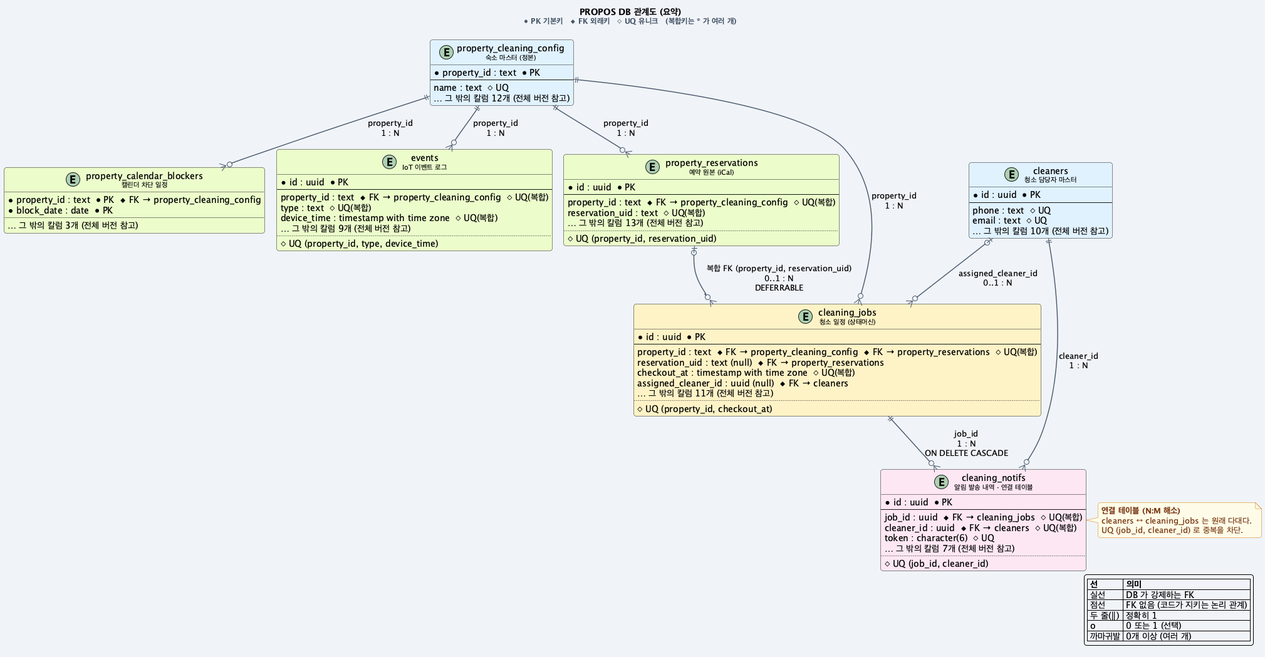
Before: myPlantUML/PROPOS_DB_ERD_summary.png, a diagram exported from PlantUML (adckang/propos). Source of this version:
```plantuml
@startuml PROPOS_DB_ERD_summary

!pragma layout smetana
top to bottom direction

skinparam defaultFontName "DM Sans"
skinparam backgroundColor #f0f4f8
skinparam shadowing false
skinparam linetype ortho
skinparam ArrowColor #475569
skinparam ArrowThickness 1.4
skinparam roundCorner 8
skinparam entity {
  BackgroundColor #ffffff
  BorderColor #94a3b8
  FontColor #1e293b
}
skinparam note {
  BackgroundColor #fefce8
  BorderColor #d97706
  FontColor #78350f
}

title PROPOS DB 관계도 (요약)\n<size:12><color:#475569>● PK 기본키   ◆ FK 외래키   ◇ UQ 유니크   (복합키는 * 가 여러 개)</color></size>

entity "property_cleaning_config\n<size:11>숙소 마스터 (정본)</size>" as property_cleaning_config #e0f2fe {
  * property_id : text  ● PK
  --
  name : text  ◇ UQ
  … 그 밖의 칼럼 12개 (전체 버전 참고)
}

entity "cleaners\n<size:11>청소 담당자 마스터</size>" as cleaners #e0f2fe {
  * id : uuid  ● PK
  --
  phone : text  ◇ UQ
  email : text  ◇ UQ
  … 그 밖의 칼럼 10개 (전체 버전 참고)
}

entity "property_calendar_blockers\n<size:11>캘린더 차단 일정</size>" as property_calendar_blockers #ecfccb {
  * property_id : text  ● PK  ◆ FK → property_cleaning_config
  * block_date : date  ● PK
  … 그 밖의 칼럼 3개 (전체 버전 참고)
}

entity "events\n<size:11>IoT 이벤트 로그</size>" as events #ecfccb {
  * id : uuid  ● PK
  --
  property_id : text  ◆ FK → property_cleaning_config  ◇ UQ(복합)
  type : text  ◇ UQ(복합)
  device_time : timestamp with time zone  ◇ UQ(복합)
  … 그 밖의 칼럼 9개 (전체 버전 참고)
  ..
  ◇ UQ (property_id, type, device_time)
}

entity "property_reservations\n<size:11>예약 원본 (iCal)</size>" as property_reservations #ecfccb {
  * id : uuid  ● PK
  --
  property_id : text  ◆ FK → property_cleaning_config  ◇ UQ(복합)
  reservation_uid : text  ◇ UQ(복합)
  … 그 밖의 칼럼 13개 (전체 버전 참고)
  ..
  ◇ UQ (property_id, reservation_uid)
}

entity "cleaning_jobs\n<size:11>청소 일정 (상태머신)</size>" as cleaning_jobs #fef3c7 {
  * id : uuid  ● PK
  --
  property_id : text  ◆ FK → property_cleaning_config  ◆ FK → property_reservations  ◇ UQ(복합)
  reservation_uid : text (null)  ◆ FK → property_reservations
  checkout_at : timestamp with time zone  ◇ UQ(복합)
  assigned_cleaner_id : uuid (null)  ◆ FK → cleaners
  … 그 밖의 칼럼 11개 (전체 버전 참고)
  ..
  ◇ UQ (property_id, checkout_at)
}

entity "cleaning_notifs\n<size:11>알림 발송 내역 · 연결 테이블</size>" as cleaning_notifs #fce7f3 {
  * id : uuid  ● PK
  --
  job_id : uuid  ◆ FK → cleaning_jobs  ◇ UQ(복합)
  cleaner_id : uuid  ◆ FK → cleaners  ◇ UQ(복합)
  token : character(6)  ◇ UQ
  … 그 밖의 칼럼 7개 (전체 버전 참고)
  ..
  ◇ UQ (job_id, cleaner_id)
}

property_cleaning_config ||-down-o{ property_calendar_blockers : "property_id\n1 : N"
property_cleaning_config ||-down-o{ events : "property_id\n1 : N"
property_cleaning_config ||-down-o{ property_reservations : "property_id\n1 : N"
cleaners |o-down-o{ cleaning_jobs : "assigned_cleaner_id\n0..1 : N"
property_cleaning_config ||-down-o{ cleaning_jobs : "property_id\n1 : N"
property_reservations |o-down-o{ cleaning_jobs : "복합 FK (property_id, reservation_uid)\n0..1 : N\nDEFERRABLE"
cleaners ||-down-o{ cleaning_notifs : "cleaner_id\n1 : N"
cleaning_jobs ||-down-o{ cleaning_notifs : "job_id\n1 : N\nON DELETE CASCADE"

note right of cleaning_notifs
  **연결 테이블 (N:M 해소)**
  cleaners ↔ cleaning_jobs 는 원래 다대다.
  UQ (job_id, cleaner_id) 로 중복을 차단.
end note

legend right
  |= 선 |= 의미 |
  | 실선 | DB 가 강제하는 FK |
  | 점선 | FK 없음 (코드가 지키는 논리 관계) |
  | 두 줄(‖) | 정확히 1 |
  | o | 0 또는 1 (선택) |
  | 까마귀발 | 0개 이상 (여러 개) |
endlegend

@enduml
```
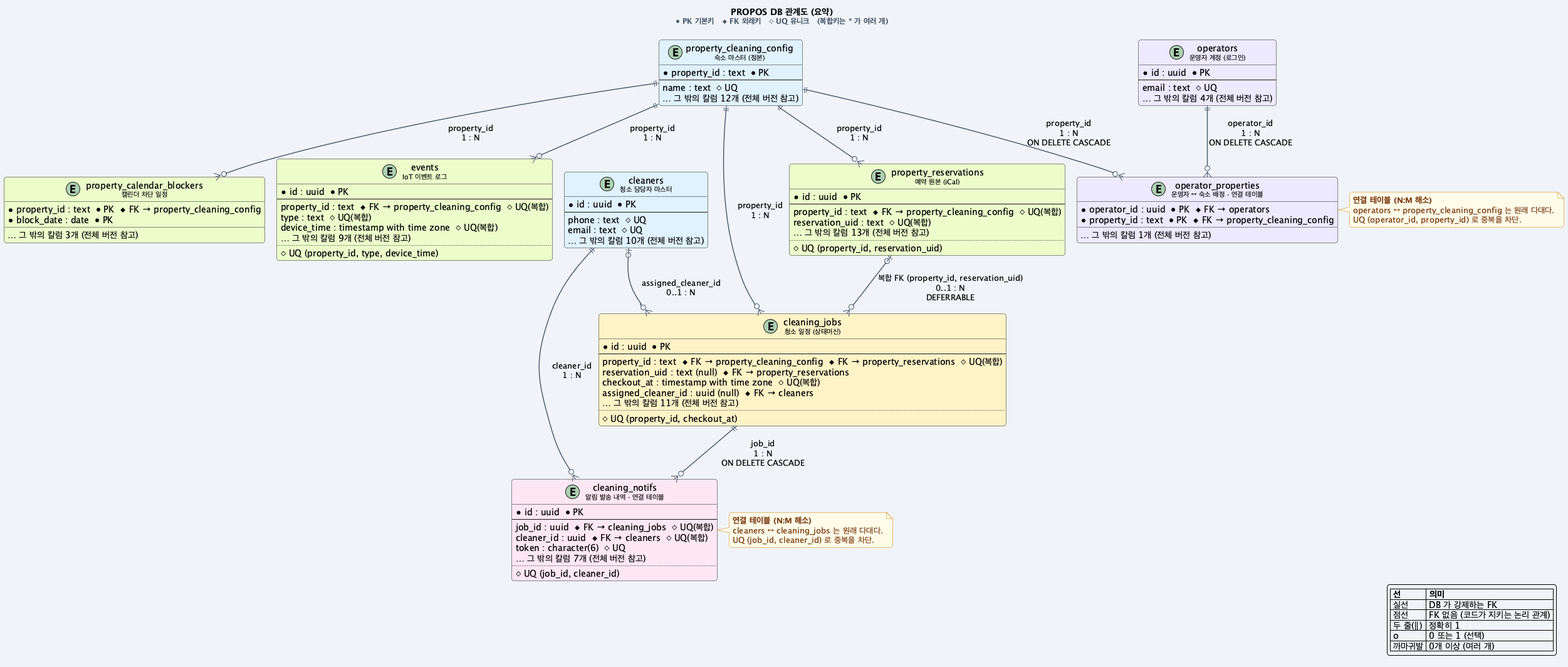
Later version of the same file.

What changed in the source:
```diff
@@ -38,6 +38,13 @@
   … 그 밖의 칼럼 10개 (전체 버전 참고)
 }
 
+entity "operators\n<size:11>운영자 계정 (로그인)</size>" as operators #ede9fe {
+  * id : uuid  ● PK
+  --
+  email : text  ◇ UQ
+  … 그 밖의 칼럼 4개 (전체 버전 참고)
+}
+
 entity "property_calendar_blockers\n<size:11>캘린더 차단 일정</size>" as property_calendar_blockers #ecfccb {
   * property_id : text  ● PK  ◆ FK → property_cleaning_config
   * block_date : date  ● PK
@@ -63,6 +70,12 @@
   … 그 밖의 칼럼 13개 (전체 버전 참고)
   ..
   ◇ UQ (property_id, reservation_uid)
+}
+
+entity "operator_properties\n<size:11>운영자 ↔ 숙소 배정 · 연결 테이블</size>" as operator_properties #ede9fe {
+  * operator_id : uuid  ● PK  ◆ FK → operators
+  * property_id : text  ● PK  ◆ FK → property_cleaning_config
+  … 그 밖의 칼럼 1개 (전체 버전 참고)
 }
 
 entity "cleaning_jobs\n<size:11>청소 일정 (상태머신)</size>" as cleaning_jobs #fef3c7 {
@@ -91,11 +104,19 @@
 property_cleaning_config ||-down-o{ property_calendar_blockers : "property_id\n1 : N"
 property_cleaning_config ||-down-o{ events : "property_id\n1 : N"
 property_cleaning_config ||-down-o{ property_reservations : "property_id\n1 : N"
+operators ||-down-o{ operator_properties : "operator_id\n1 : N\nON DELETE CASCADE"
+property_cleaning_config ||-down-o{ operator_properties : "property_id\n1 : N\nON DELETE CASCADE"
 cleaners |o-down-o{ cleaning_jobs : "assigned_cleaner_id\n0..1 : N"
 property_cleaning_config ||-down-o{ cleaning_jobs : "property_id\n1 : N"
 property_reservations |o-down-o{ cleaning_jobs : "복합 FK (property_id, reservation_uid)\n0..1 : N\nDEFERRABLE"
 cleaners ||-down-o{ cleaning_notifs : "cleaner_id\n1 : N"
 cleaning_jobs ||-down-o{ cleaning_notifs : "job_id\n1 : N\nON DELETE CASCADE"
+
+note right of operator_properties
+  **연결 테이블 (N:M 해소)**
+  operators ↔ property_cleaning_config 는 원래 다대다.
+  UQ (operator_id, property_id) 로 중복을 차단.
+end note
 
 note right of cleaning_notifs
   **연결 테이블 (N:M 해소)**
```
